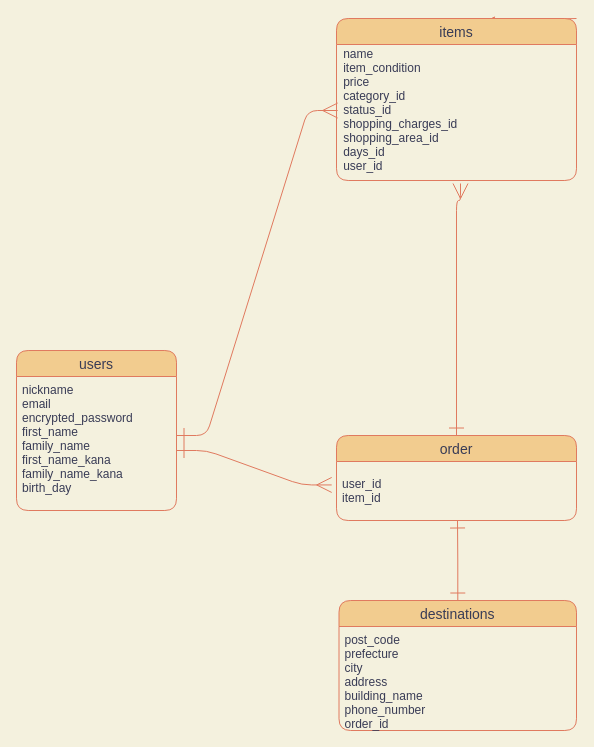
Earlier version of the draw.io diagram test.dio (harukou81mmm/furima-36344). Source tidied: cells renumbered, new cells numbered last; positions are measured from the earlier drawing's top-left corner, leaving out a move shared by most shapes. Both pictures are drawn from the tidied source at 100%, with x=0, y=0 at pixel (16, 18).
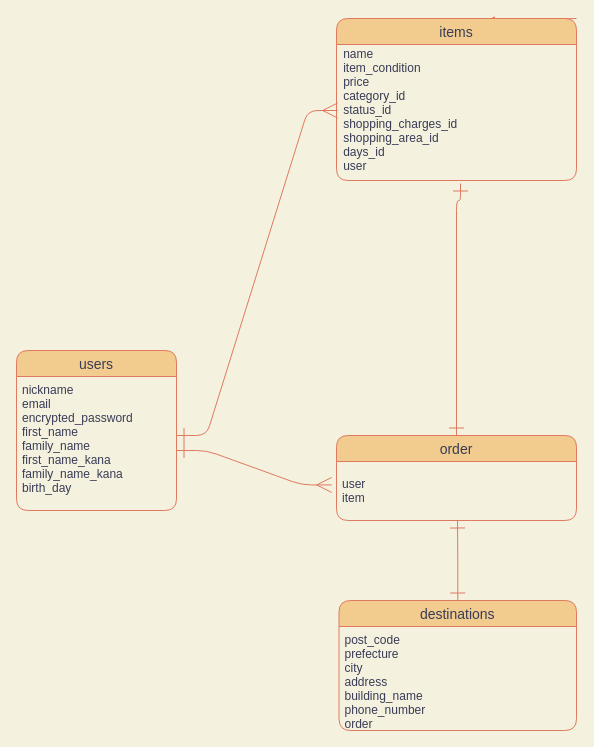
The same page after the edit.

Commit message (it also covers changes not shown here):
reference型カラム_id削除

The change refers to these unchanged cells:
```xml
<mxCell id="7" value="order" style="swimlane;fontStyle=0;horizontal=1;startSize=26;align=center;fontSize=14;rounded=1;fillColor=#F2CC8F;strokeColor=#E07A5F;fontColor=#393C56;" parent="1" vertex="1">
  <mxGeometry x="320" y="417" width="240" height="85" as="geometry" />
</mxCell>
<mxCell id="9" value="destinations" style="swimlane;fontStyle=0;horizontal=1;startSize=26;align=center;fontSize=14;rounded=1;fillColor=#F2CC8F;strokeColor=#E07A5F;fontColor=#393C56;" parent="1" vertex="1">
  <mxGeometry x="322.5" y="582" width="237.5" height="130" as="geometry" />
</mxCell>
```

What changed in the source:
```diff
@@
-    <mxCell id="6" style="edgeStyle=orthogonalEdgeStyle;curved=0;rounded=1;sketch=0;jettySize=auto;html=1;fontColor=#393C56;startArrow=ERone;startFill=0;endArrow=ERmany;endFill=0;strokeColor=#E07A5F;fillColor=#F2CC8F;targetPerimeterSpacing=0;strokeWidth=1;startSize=13;endSize=13;" parent="1" edge="1" source="7">
+    <mxCell id="6" style="edgeStyle=orthogonalEdgeStyle;curved=0;rounded=1;sketch=0;jettySize=auto;html=1;fontColor=#393C56;startArrow=ERone;startFill=0;endArrow=ERone;endFill=0;strokeColor=#E07A5F;fillColor=#F2CC8F;targetPerimeterSpacing=0;strokeWidth=1;startSize=13;endSize=13;" parent="1" edge="1" source="7">
       <mxGeometry relative="1" as="geometry">
         <mxPoint x="444" y="165" as="targetPoint" />
         <Array as="points">
           <mxPoint x="440" y="182" />
           <mxPoint x="444" y="182" />
         </Array>
       </mxGeometry>
     </mxCell>
@@
-    <mxCell id="10" value="post_code&#10;prefecture&#10;city&#10;address&#10;building_name&#10;phone_number&#10;order_id&#10;&#10;&#10;&#10;&#10;&#10;" style="text;strokeColor=none;fillColor=none;spacingLeft=4;spacingRight=4;overflow=hidden;points=[[0,0.5],[1,0.5]];portConstraint=eastwest;fontSize=12;rounded=1;fontColor=#393C56;" parent="9" vertex="1">
+    <mxCell id="10" value="post_code&#10;prefecture&#10;city&#10;address&#10;building_name&#10;phone_number&#10;order&#10;&#10;&#10;&#10;&#10;&#10;" style="text;strokeColor=none;fillColor=none;spacingLeft=4;spacingRight=4;overflow=hidden;points=[[0,0.5],[1,0.5]];portConstraint=eastwest;fontSize=12;rounded=1;fontColor=#393C56;" parent="9" vertex="1">
       <mxGeometry y="26" width="237.5" height="104" as="geometry" />
     </mxCell>
@@
-    <mxCell id="15" value="name&#10;item_condition&#10;price&#10;category_id&#10;status_id&#10;shopping_charges_id&#10;shopping_area_id&#10;days_id&#10;user_id&#10;" style="text;strokeColor=none;fillColor=none;spacingLeft=4;spacingRight=4;overflow=hidden;points=[[0,0.5],[1,0.5]];portConstraint=eastwest;fontSize=12;rounded=1;fontColor=#393C56;" parent="1" vertex="1">
+    <mxCell id="15" value="name&#10;item_condition&#10;price&#10;category_id&#10;status_id&#10;shopping_charges_id&#10;shopping_area_id&#10;days_id&#10;user&#10;" style="text;strokeColor=none;fillColor=none;spacingLeft=4;spacingRight=4;overflow=hidden;points=[[0,0.5],[1,0.5]];portConstraint=eastwest;fontSize=12;rounded=1;fontColor=#393C56;" parent="1" vertex="1">
       <mxGeometry x="321.2" y="22" width="240" height="140" as="geometry" />
     </mxCell>
-    <mxCell id="16" value="user_id&#10;item_id" style="text;strokeColor=none;fillColor=none;spacingLeft=4;spacingRight=4;overflow=hidden;points=[[0,0.5],[1,0.5]];portConstraint=eastwest;fontSize=12;rounded=1;fontColor=#393C56;" parent="1" vertex="1">
+    <mxCell id="16" value="user&#10;item" style="text;strokeColor=none;fillColor=none;spacingLeft=4;spacingRight=4;overflow=hidden;points=[[0,0.5],[1,0.5]];portConstraint=eastwest;fontSize=12;rounded=1;fontColor=#393C56;" parent="1" vertex="1">
       <mxGeometry x="320" y="452" width="240" height="50" as="geometry" />
     </mxCell>
```
